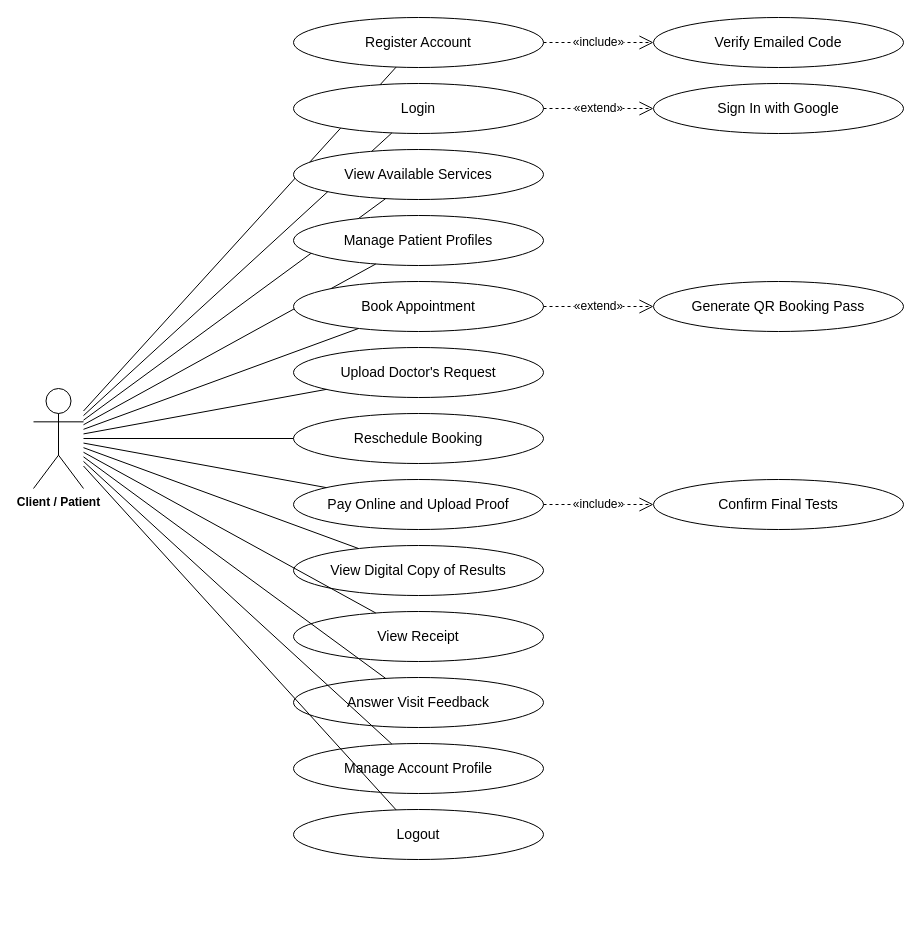
This is page "Client Patient" (8 of 8) of docs/diagrams/usecases.drawio from steven23lz/Enlogada-Clinic-Management-System, a draw.io file, before an edit. Source tidied: cells renumbered, new cells numbered last; positions are measured from the earlier drawing's top-left corner, leaving out a move shared by most shapes. Both pictures are drawn from the tidied source at 100%, with x=0, y=0 at pixel (33, 17).
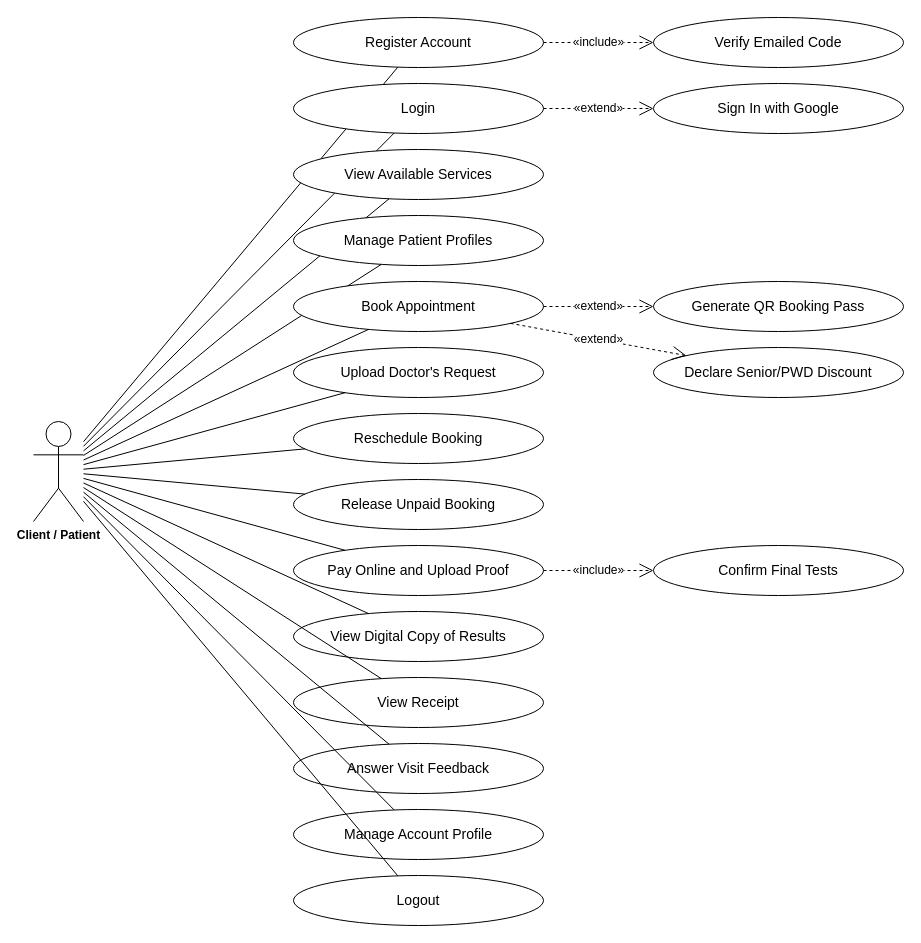
After the change.

The change refers to these unchanged cells:
```xml
<mxCell id="3" value="Register Account" style="ellipse;whiteSpace=wrap;html=1;fontFamily=Helvetica;fontSize=14;fontColor=#000000;strokeColor=#000000;" parent="1" vertex="1">
  <mxGeometry x="260" width="250" height="50" as="geometry" />
</mxCell>
<mxCell id="5" value="Login" style="ellipse;whiteSpace=wrap;html=1;fontFamily=Helvetica;fontSize=14;fontColor=#000000;strokeColor=#000000;" parent="1" vertex="1">
  <mxGeometry x="260" y="66" width="250" height="50" as="geometry" />
</mxCell>
<mxCell id="11" value="Book Appointment" style="ellipse;whiteSpace=wrap;html=1;fontFamily=Helvetica;fontSize=14;fontColor=#000000;strokeColor=#000000;" parent="1" vertex="1">
  <mxGeometry x="260" y="264" width="250" height="50" as="geometry" />
</mxCell>
```

Diff of the diagram source:
```diff
@@
     <mxCell id="2" value="Client / Patient" style="shape=umlActor;verticalLabelPosition=bottom;verticalAlign=top;html=1;outlineConnect=0;fontFamily=Helvetica;fontSize=12;fontStyle=1;" parent="1" vertex="1">
-      <mxGeometry y="371" width="50" height="100" as="geometry" />
+      <mxGeometry y="404" width="50" height="100" as="geometry" />
     </mxCell>
@@
-    <mxCell id="17" value="Pay Online and Upload Proof" style="ellipse;whiteSpace=wrap;html=1;fontFamily=Helvetica;fontSize=14;fontColor=#000000;strokeColor=#000000;" parent="1" vertex="1">
+    <mxCell id="17" value="Release Unpaid Booking" style="ellipse;whiteSpace=wrap;html=1;fontFamily=Helvetica;fontSize=14;fontColor=#000000;strokeColor=#000000;" parent="1" vertex="1">
       <mxGeometry x="260" y="462" width="250" height="50" as="geometry" />
     </mxCell>
@@
-    <mxCell id="19" value="View Digital Copy of Results" style="ellipse;whiteSpace=wrap;html=1;fontFamily=Helvetica;fontSize=14;fontColor=#000000;strokeColor=#000000;" parent="1" vertex="1">
+    <mxCell id="19" value="Pay Online and Upload Proof" style="ellipse;whiteSpace=wrap;html=1;fontFamily=Helvetica;fontSize=14;fontColor=#000000;strokeColor=#000000;" parent="1" vertex="1">
       <mxGeometry x="260" y="528" width="250" height="50" as="geometry" />
     </mxCell>
@@
-    <mxCell id="21" value="View Receipt" style="ellipse;whiteSpace=wrap;html=1;fontFamily=Helvetica;fontSize=14;fontColor=#000000;strokeColor=#000000;" parent="1" vertex="1">
+    <mxCell id="21" value="View Digital Copy of Results" style="ellipse;whiteSpace=wrap;html=1;fontFamily=Helvetica;fontSize=14;fontColor=#000000;strokeColor=#000000;" parent="1" vertex="1">
       <mxGeometry x="260" y="594" width="250" height="50" as="geometry" />
     </mxCell>
@@
-    <mxCell id="23" value="Answer Visit Feedback" style="ellipse;whiteSpace=wrap;html=1;fontFamily=Helvetica;fontSize=14;fontColor=#000000;strokeColor=#000000;" parent="1" vertex="1">
+    <mxCell id="23" value="View Receipt" style="ellipse;whiteSpace=wrap;html=1;fontFamily=Helvetica;fontSize=14;fontColor=#000000;strokeColor=#000000;" parent="1" vertex="1">
       <mxGeometry x="260" y="660" width="250" height="50" as="geometry" />
     </mxCell>
@@
-    <mxCell id="25" value="Manage Account Profile" style="ellipse;whiteSpace=wrap;html=1;fontFamily=Helvetica;fontSize=14;fontColor=#000000;strokeColor=#000000;" parent="1" vertex="1">
+    <mxCell id="25" value="Answer Visit Feedback" style="ellipse;whiteSpace=wrap;html=1;fontFamily=Helvetica;fontSize=14;fontColor=#000000;strokeColor=#000000;" parent="1" vertex="1">
       <mxGeometry x="260" y="726" width="250" height="50" as="geometry" />
     </mxCell>
@@
-    <mxCell id="27" value="Logout" style="ellipse;whiteSpace=wrap;html=1;fontFamily=Helvetica;fontSize=14;fontColor=#000000;strokeColor=#000000;" parent="1" vertex="1">
+    <mxCell id="27" value="Manage Account Profile" style="ellipse;whiteSpace=wrap;html=1;fontFamily=Helvetica;fontSize=14;fontColor=#000000;strokeColor=#000000;" parent="1" vertex="1">
       <mxGeometry x="260" y="792" width="250" height="50" as="geometry" />
     </mxCell>
@@
-    <mxCell id="29" value="Verify Emailed Code" style="ellipse;whiteSpace=wrap;html=1;fontFamily=Helvetica;fontSize=14;fontColor=#000000;strokeColor=#000000;" parent="1" vertex="1">
-      <mxGeometry x="620" width="250" height="50" as="geometry" />
+    <mxCell id="29" value="Logout" style="ellipse;whiteSpace=wrap;html=1;fontFamily=Helvetica;fontSize=14;fontColor=#000000;strokeColor=#000000;" parent="1" vertex="1">
+      <mxGeometry x="260" y="858" width="250" height="50" as="geometry" />
     </mxCell>
-    <mxCell id="30" value="«include»" style="endArrow=open;endSize=12;dashed=1;html=1;fontFamily=Helvetica;fontSize=12;fontColor=#000000;strokeColor=#000000;" parent="1" edge="1" source="3" target="29">
+    <mxCell id="30" style="edgeStyle=none;rounded=0;html=1;endArrow=none;fontFamily=Helvetica;fontSize=12;fontColor=#000000;strokeColor=#000000;" parent="1" edge="1" source="2" target="29">
       <mxGeometry relative="1" as="geometry" />
     </mxCell>
-    <mxCell id="31" value="Sign In with Google" style="ellipse;whiteSpace=wrap;html=1;fontFamily=Helvetica;fontSize=14;fontColor=#000000;strokeColor=#000000;" parent="1" vertex="1">
-      <mxGeometry x="620" y="66" width="250" height="50" as="geometry" />
+    <mxCell id="31" value="Verify Emailed Code" style="ellipse;whiteSpace=wrap;html=1;fontFamily=Helvetica;fontSize=14;fontColor=#000000;strokeColor=#000000;" parent="1" vertex="1">
+      <mxGeometry x="620" width="250" height="50" as="geometry" />
     </mxCell>
-    <mxCell id="32" value="«extend»" style="endArrow=open;endSize=12;dashed=1;html=1;fontFamily=Helvetica;fontSize=12;fontColor=#000000;strokeColor=#000000;" parent="1" edge="1" source="5" target="31">
+    <mxCell id="32" value="«include»" style="endArrow=open;endSize=12;dashed=1;html=1;fontFamily=Helvetica;fontSize=12;fontColor=#000000;strokeColor=#000000;" parent="1" edge="1" source="3" target="31">
       <mxGeometry relative="1" as="geometry" />
     </mxCell>
-    <mxCell id="33" value="Generate QR Booking Pass" style="ellipse;whiteSpace=wrap;html=1;fontFamily=Helvetica;fontSize=14;fontColor=#000000;strokeColor=#000000;" parent="1" vertex="1">
-      <mxGeometry x="620" y="264" width="250" height="50" as="geometry" />
+    <mxCell id="33" value="Sign In with Google" style="ellipse;whiteSpace=wrap;html=1;fontFamily=Helvetica;fontSize=14;fontColor=#000000;strokeColor=#000000;" parent="1" vertex="1">
+      <mxGeometry x="620" y="66" width="250" height="50" as="geometry" />
     </mxCell>
-    <mxCell id="34" value="«extend»" style="endArrow=open;endSize=12;dashed=1;html=1;fontFamily=Helvetica;fontSize=12;fontColor=#000000;strokeColor=#000000;" parent="1" edge="1" source="11" target="33">
+    <mxCell id="34" value="«extend»" style="endArrow=open;endSize=12;dashed=1;html=1;fontFamily=Helvetica;fontSize=12;fontColor=#000000;strokeColor=#000000;" parent="1" edge="1" source="5" target="33">
       <mxGeometry relative="1" as="geometry" />
     </mxCell>
-    <mxCell id="35" value="Confirm Final Tests" style="ellipse;whiteSpace=wrap;html=1;fontFamily=Helvetica;fontSize=14;fontColor=#000000;strokeColor=#000000;" parent="1" vertex="1">
-      <mxGeometry x="620" y="462" width="250" height="50" as="geometry" />
+    <mxCell id="35" value="Generate QR Booking Pass" style="ellipse;whiteSpace=wrap;html=1;fontFamily=Helvetica;fontSize=14;fontColor=#000000;strokeColor=#000000;" parent="1" vertex="1">
+      <mxGeometry x="620" y="264" width="250" height="50" as="geometry" />
     </mxCell>
-    <mxCell id="36" value="«include»" style="endArrow=open;endSize=12;dashed=1;html=1;fontFamily=Helvetica;fontSize=12;fontColor=#000000;strokeColor=#000000;" parent="1" edge="1" source="17" target="35">
+    <mxCell id="36" value="«extend»" style="endArrow=open;endSize=12;dashed=1;html=1;fontFamily=Helvetica;fontSize=12;fontColor=#000000;strokeColor=#000000;" parent="1" edge="1" source="11" target="35">
       <mxGeometry relative="1" as="geometry" />
     </mxCell>
+    <mxCell id="37" value="Declare Senior/PWD Discount" style="ellipse;whiteSpace=wrap;html=1;fontFamily=Helvetica;fontSize=14;fontColor=#000000;strokeColor=#000000;" parent="1" vertex="1">
+      <mxGeometry x="620" y="330" width="250" height="50" as="geometry" />
+    </mxCell>
+    <mxCell id="38" value="«extend»" style="endArrow=open;endSize=12;dashed=1;html=1;fontFamily=Helvetica;fontSize=12;fontColor=#000000;strokeColor=#000000;" parent="1" edge="1" source="11" target="37">
+      <mxGeometry relative="1" as="geometry" />
+    </mxCell>
+    <mxCell id="39" value="Confirm Final Tests" style="ellipse;whiteSpace=wrap;html=1;fontFamily=Helvetica;fontSize=14;fontColor=#000000;strokeColor=#000000;" parent="1" vertex="1">
+      <mxGeometry x="620" y="528" width="250" height="50" as="geometry" />
+    </mxCell>
+    <mxCell id="40" value="«include»" style="endArrow=open;endSize=12;dashed=1;html=1;fontFamily=Helvetica;fontSize=12;fontColor=#000000;strokeColor=#000000;" parent="1" edge="1" source="19" target="39">
+      <mxGeometry relative="1" as="geometry" />
+    </mxCell>
```
